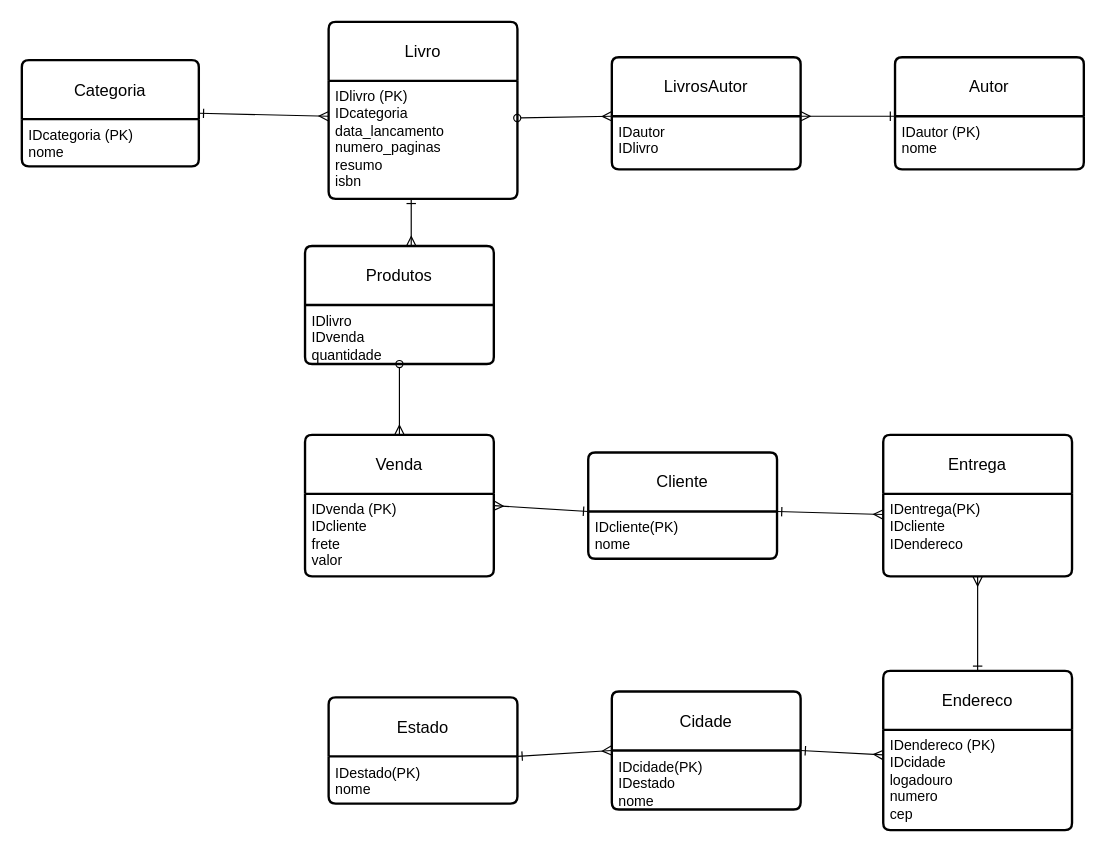
Earlier version of the draw.io diagram page "Página-1" (1 of 3) of aula4.drawio (amandinha06/aulas-de-sabado). Source tidied: cells renumbered, new cells numbered last; positions are measured from the earlier drawing's top-left corner, leaving out a move shared by most shapes. Both pictures are drawn from the tidied source at 118%, with x=0, y=0 at pixel (21, 21).
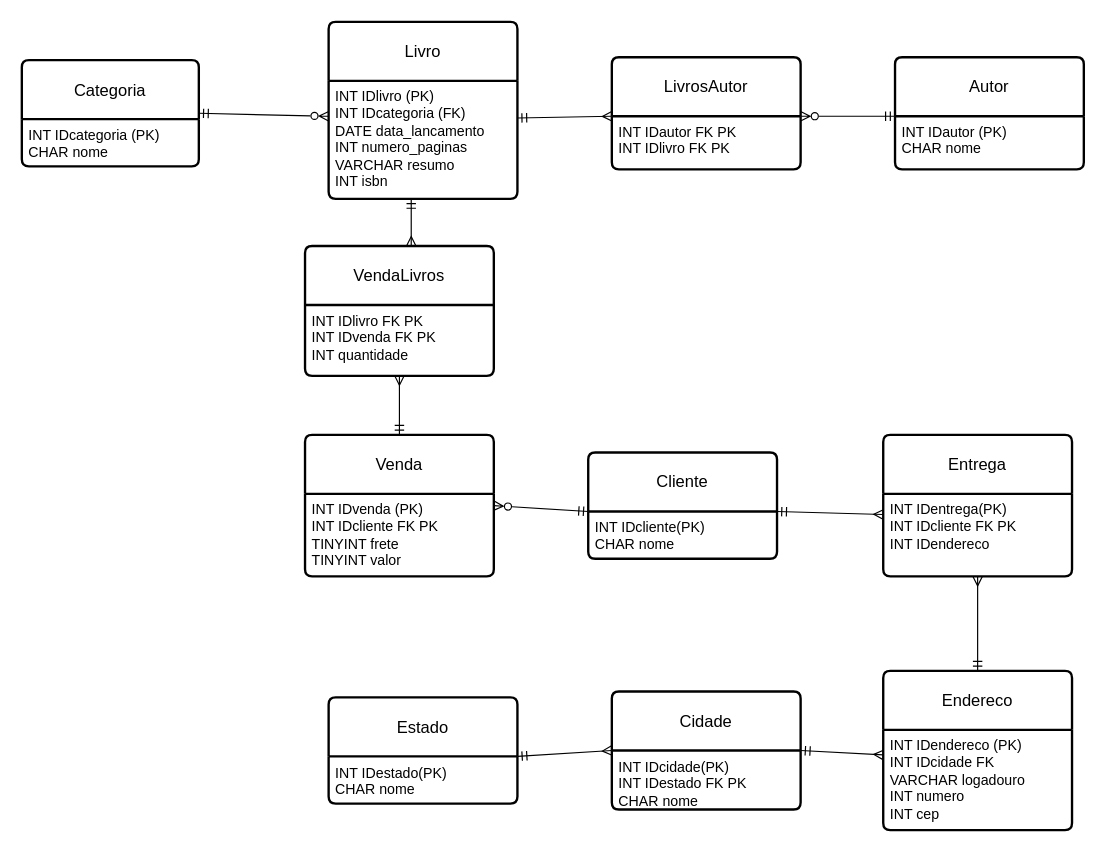
The same diagram, later.

Unchanged cells that the change refers to:
```xml
<mxCell id="2" value="Categoria" style="swimlane;horizontal=1;startSize=50;rounded=1;fontSize=14;fontStyle=0;strokeWidth=2;shadow=0;dashed=0;align=center;arcSize=4;whiteSpace=wrap;html=1;" parent="1" vertex="1">
  <mxGeometry y="32.5" width="150" height="90" as="geometry" />
</mxCell>
<mxCell id="5" value="Livro" style="swimlane;horizontal=1;startSize=50;rounded=1;fontSize=14;fontStyle=0;strokeWidth=2;shadow=0;dashed=0;align=center;arcSize=4;whiteSpace=wrap;html=1;" parent="1" vertex="1">
  <mxGeometry x="260" width="160" height="150" as="geometry" />
</mxCell>
<mxCell id="7" value="LivrosAutor" style="swimlane;horizontal=1;startSize=50;rounded=1;fontSize=14;fontStyle=0;strokeWidth=2;shadow=0;dashed=0;align=center;arcSize=4;whiteSpace=wrap;html=1;" parent="1" vertex="1">
  <mxGeometry x="500" y="30" width="160" height="95" as="geometry" />
</mxCell>
<mxCell id="9" value="Autor" style="swimlane;horizontal=1;startSize=50;rounded=1;fontSize=14;fontStyle=0;strokeWidth=2;shadow=0;dashed=0;align=center;arcSize=4;whiteSpace=wrap;html=1;" parent="1" vertex="1">
  <mxGeometry x="740" y="30" width="160" height="95" as="geometry" />
</mxCell>
<mxCell id="13" value="Venda" style="swimlane;horizontal=1;startSize=50;rounded=1;fontSize=14;fontStyle=0;strokeWidth=2;shadow=0;dashed=0;align=center;arcSize=4;whiteSpace=wrap;html=1;" parent="1" vertex="1">
  <mxGeometry x="240" y="350" width="160" height="120" as="geometry" />
</mxCell>
<mxCell id="15" value="Cliente" style="swimlane;horizontal=1;startSize=50;rounded=1;fontSize=14;fontStyle=0;strokeWidth=2;shadow=0;dashed=0;align=center;arcSize=4;whiteSpace=wrap;html=1;" parent="1" vertex="1">
  <mxGeometry x="480" y="365" width="160" height="90" as="geometry" />
</mxCell>
<mxCell id="17" value="Entrega" style="swimlane;horizontal=1;startSize=50;rounded=1;fontSize=14;fontStyle=0;strokeWidth=2;shadow=0;dashed=0;align=center;arcSize=4;whiteSpace=wrap;html=1;" parent="1" vertex="1">
  <mxGeometry x="730" y="350" width="160" height="120" as="geometry" />
</mxCell>
<mxCell id="19" value="Endereco" style="swimlane;horizontal=1;startSize=50;rounded=1;fontSize=14;fontStyle=0;strokeWidth=2;shadow=0;dashed=0;align=center;arcSize=4;whiteSpace=wrap;html=1;" parent="1" vertex="1">
  <mxGeometry x="730" y="550" width="160" height="135" as="geometry" />
</mxCell>
<mxCell id="21" value="Cidade" style="swimlane;horizontal=1;startSize=50;rounded=1;fontSize=14;fontStyle=0;strokeWidth=2;shadow=0;dashed=0;align=center;arcSize=4;whiteSpace=wrap;html=1;" parent="1" vertex="1">
  <mxGeometry x="500" y="567.5" width="160" height="100" as="geometry" />
</mxCell>
<mxCell id="23" value="Estado" style="swimlane;horizontal=1;startSize=50;rounded=1;fontSize=14;fontStyle=0;strokeWidth=2;shadow=0;dashed=0;align=center;arcSize=4;whiteSpace=wrap;html=1;" parent="1" vertex="1">
  <mxGeometry x="260" y="572.5" width="160" height="90" as="geometry" />
</mxCell>
```

Change to the diagram source:
```diff
@@
-    <mxCell id="3" value="IDcategoria (PK)&lt;br&gt;nome&amp;nbsp;" style="align=left;strokeColor=none;fillColor=none;spacingLeft=4;spacingRight=4;fontSize=12;verticalAlign=top;html=1;whiteSpace=wrap;" parent="2" vertex="1">
+    <mxCell id="3" value="INT IDcategoria (PK)&lt;br&gt;CHAR nome&amp;nbsp;" style="align=left;strokeColor=none;fillColor=none;spacingLeft=4;spacingRight=4;fontSize=12;verticalAlign=top;html=1;whiteSpace=wrap;" parent="2" vertex="1">
       <mxGeometry y="50" width="150" height="40" as="geometry" />
     </mxCell>
@@
-    <mxCell id="6" value="IDlivro (PK)&lt;div&gt;IDcategoria&amp;nbsp;&lt;/div&gt;&lt;div&gt;data_lancamento&lt;/div&gt;&lt;div&gt;numero_paginas&lt;/div&gt;&lt;div&gt;resumo&lt;/div&gt;&lt;div&gt;isbn&lt;/div&gt;" style="align=left;strokeColor=none;fillColor=none;spacingLeft=4;spacingRight=4;fontSize=12;verticalAlign=top;html=1;whiteSpace=wrap;" parent="5" vertex="1">
+    <mxCell id="6" value="INT IDlivro (PK)&lt;div&gt;INT IDcategoria (FK)&lt;/div&gt;&lt;div&gt;DATE data_lancamento&lt;/div&gt;&lt;div&gt;INT numero_paginas&lt;/div&gt;&lt;div&gt;VARCHAR resumo&lt;/div&gt;&lt;div&gt;INT isbn&lt;/div&gt;" style="align=left;strokeColor=none;fillColor=none;spacingLeft=4;spacingRight=4;fontSize=12;verticalAlign=top;html=1;whiteSpace=wrap;" parent="5" vertex="1">
       <mxGeometry y="50" width="160" height="100" as="geometry" />
     </mxCell>
@@
-    <mxCell id="8" value="IDautor&amp;nbsp;&lt;div&gt;IDlivro&lt;/div&gt;" style="align=left;strokeColor=none;fillColor=none;spacingLeft=4;spacingRight=4;fontSize=12;verticalAlign=top;html=1;whiteSpace=wrap;" parent="7" vertex="1">
+    <mxCell id="8" value="INT IDautor FK PK&amp;nbsp;&lt;div&gt;INT IDlivro FK PK&amp;nbsp;&lt;/div&gt;" style="align=left;strokeColor=none;fillColor=none;spacingLeft=4;spacingRight=4;fontSize=12;verticalAlign=top;html=1;whiteSpace=wrap;" parent="7" vertex="1">
       <mxGeometry y="50" width="160" height="45" as="geometry" />
     </mxCell>
@@
-    <mxCell id="10" value="IDautor (PK)&lt;div&gt;nome&lt;/div&gt;" style="align=left;strokeColor=none;fillColor=none;spacingLeft=4;spacingRight=4;fontSize=12;verticalAlign=top;html=1;whiteSpace=wrap;" parent="9" vertex="1">
+    <mxCell id="10" value="INT IDautor (PK)&lt;div&gt;CHAR nome&lt;/div&gt;" style="align=left;strokeColor=none;fillColor=none;spacingLeft=4;spacingRight=4;fontSize=12;verticalAlign=top;html=1;whiteSpace=wrap;" parent="9" vertex="1">
       <mxGeometry y="50" width="160" height="45" as="geometry" />
     </mxCell>
-    <mxCell id="11" value="Produtos" style="swimlane;horizontal=1;startSize=50;rounded=1;fontSize=14;fontStyle=0;strokeWidth=2;shadow=0;dashed=0;align=center;arcSize=4;whiteSpace=wrap;html=1;" parent="1" vertex="1">
-      <mxGeometry x="240" y="190" width="160" height="100" as="geometry" />
+    <mxCell id="11" value="VendaLivros" style="swimlane;horizontal=1;startSize=50;rounded=1;fontSize=14;fontStyle=0;strokeWidth=2;shadow=0;dashed=0;align=center;arcSize=4;whiteSpace=wrap;html=1;" parent="1" vertex="1">
+      <mxGeometry x="240" y="190" width="160" height="110" as="geometry" />
     </mxCell>
-    <mxCell id="12" value="IDlivro&lt;div&gt;IDvenda&lt;/div&gt;&lt;div&gt;quantidade&amp;nbsp;&lt;/div&gt;" style="align=left;strokeColor=none;fillColor=none;spacingLeft=4;spacingRight=4;fontSize=12;verticalAlign=top;html=1;whiteSpace=wrap;" parent="11" vertex="1">
-      <mxGeometry y="50" width="160" height="50" as="geometry" />
+    <mxCell id="12" value="INT IDlivro FK PK&amp;nbsp;&lt;div&gt;INT IDvenda FK PK&amp;nbsp;&lt;/div&gt;&lt;div&gt;INT quantidade&amp;nbsp;&lt;/div&gt;" style="align=left;strokeColor=none;fillColor=none;spacingLeft=4;spacingRight=4;fontSize=12;verticalAlign=top;html=1;whiteSpace=wrap;" parent="11" vertex="1">
+      <mxGeometry y="50" width="160" height="60" as="geometry" />
     </mxCell>
@@
-    <mxCell id="14" value="IDvenda (PK)&lt;div&gt;IDcliente&lt;br&gt;&lt;div&gt;frete&lt;/div&gt;&lt;div&gt;valor&lt;/div&gt;&lt;/div&gt;" style="align=left;strokeColor=none;fillColor=none;spacingLeft=4;spacingRight=4;fontSize=12;verticalAlign=top;html=1;whiteSpace=wrap;" parent="13" vertex="1">
+    <mxCell id="14" value="INT IDvenda (PK)&lt;div&gt;INT IDcliente FK PK&amp;nbsp;&lt;br&gt;&lt;div&gt;TINYINT frete&lt;/div&gt;&lt;div&gt;TINYINT valor&lt;/div&gt;&lt;/div&gt;" style="align=left;strokeColor=none;fillColor=none;spacingLeft=4;spacingRight=4;fontSize=12;verticalAlign=top;html=1;whiteSpace=wrap;" parent="13" vertex="1">
       <mxGeometry y="50" width="160" height="70" as="geometry" />
     </mxCell>
@@
-    <mxCell id="16" value="IDcliente(PK)&lt;div&gt;nome&lt;/div&gt;" style="align=left;strokeColor=none;fillColor=none;spacingLeft=4;spacingRight=4;fontSize=12;verticalAlign=top;html=1;whiteSpace=wrap;" parent="15" vertex="1">
+    <mxCell id="16" value="INT IDcliente(PK)&lt;div&gt;CHAR nome&lt;/div&gt;" style="align=left;strokeColor=none;fillColor=none;spacingLeft=4;spacingRight=4;fontSize=12;verticalAlign=top;html=1;whiteSpace=wrap;" parent="15" vertex="1">
       <mxGeometry y="50" width="160" height="40" as="geometry" />
     </mxCell>
@@
-    <mxCell id="18" value="&lt;div&gt;IDentrega(PK)&lt;/div&gt;IDcliente&lt;div&gt;IDendereco&lt;/div&gt;" style="align=left;strokeColor=none;fillColor=none;spacingLeft=4;spacingRight=4;fontSize=12;verticalAlign=top;html=1;whiteSpace=wrap;" parent="17" vertex="1">
+    <mxCell id="18" value="&lt;div&gt;INT IDentrega(PK)&lt;/div&gt;INT IDcliente FK PK&amp;nbsp;&lt;div&gt;INT IDendereco&lt;/div&gt;" style="align=left;strokeColor=none;fillColor=none;spacingLeft=4;spacingRight=4;fontSize=12;verticalAlign=top;html=1;whiteSpace=wrap;" parent="17" vertex="1">
       <mxGeometry y="50" width="160" height="70" as="geometry" />
     </mxCell>
@@
-    <mxCell id="20" value="IDendereco (PK)&lt;div&gt;IDcidade&lt;br&gt;&lt;div&gt;logadouro&lt;/div&gt;&lt;div&gt;numero&lt;/div&gt;&lt;div&gt;cep&lt;/div&gt;&lt;/div&gt;" style="align=left;strokeColor=none;fillColor=none;spacingLeft=4;spacingRight=4;fontSize=12;verticalAlign=top;html=1;whiteSpace=wrap;" parent="19" vertex="1">
+    <mxCell id="20" value="INT IDendereco (PK)&lt;div&gt;INT IDcidade FK&amp;nbsp;&lt;br&gt;&lt;div&gt;VARCHAR logadouro&lt;/div&gt;&lt;div&gt;INT numero&lt;/div&gt;&lt;div&gt;INT cep&lt;/div&gt;&lt;/div&gt;" style="align=left;strokeColor=none;fillColor=none;spacingLeft=4;spacingRight=4;fontSize=12;verticalAlign=top;html=1;whiteSpace=wrap;" parent="19" vertex="1">
       <mxGeometry y="50" width="160" height="85" as="geometry" />
     </mxCell>
@@
-    <mxCell id="22" value="IDcidade(PK)&lt;div&gt;IDestado&lt;br&gt;&lt;div&gt;nome&lt;/div&gt;&lt;/div&gt;" style="align=left;strokeColor=none;fillColor=none;spacingLeft=4;spacingRight=4;fontSize=12;verticalAlign=top;html=1;whiteSpace=wrap;" parent="21" vertex="1">
+    <mxCell id="22" value="INT IDcidade(PK)&lt;div&gt;INT IDestado FK PK&amp;nbsp;&lt;br&gt;&lt;div&gt;CHAR nome&lt;/div&gt;&lt;/div&gt;" style="align=left;strokeColor=none;fillColor=none;spacingLeft=4;spacingRight=4;fontSize=12;verticalAlign=top;html=1;whiteSpace=wrap;" parent="21" vertex="1">
       <mxGeometry y="50" width="160" height="50" as="geometry" />
     </mxCell>
@@
-    <mxCell id="24" value="IDestado(PK)&lt;div&gt;nome&lt;/div&gt;" style="align=left;strokeColor=none;fillColor=none;spacingLeft=4;spacingRight=4;fontSize=12;verticalAlign=top;html=1;whiteSpace=wrap;" parent="23" vertex="1">
+    <mxCell id="24" value="INT IDestado(PK)&lt;div&gt;CHAR nome&lt;/div&gt;" style="align=left;strokeColor=none;fillColor=none;spacingLeft=4;spacingRight=4;fontSize=12;verticalAlign=top;html=1;whiteSpace=wrap;" parent="23" vertex="1">
       <mxGeometry y="50" width="160" height="40" as="geometry" />
     </mxCell>
-    <mxCell id="25" style="endArrow=ERmany;html=1;rounded=0;exitX=1;exitY=0.5;exitDx=0;exitDy=0;startArrow=ERone;startFill=0;endFill=0;" parent="1" edge="1" source="2">
+    <mxCell id="25" style="endArrow=ERzeroToMany;html=1;rounded=0;exitX=1;exitY=0.5;exitDx=0;exitDy=0;startArrow=ERmandOne;startFill=0;endFill=0;" parent="1" edge="1" source="2">
       <mxGeometry relative="1" as="geometry">
         <mxPoint x="260" y="80" as="targetPoint" />
       </mxGeometry>
     </mxCell>
-    <mxCell id="26" style="endArrow=ERmany;html=1;rounded=0;exitX=0.999;exitY=0.315;exitDx=0;exitDy=0;exitPerimeter=0;startArrow=oval;startFill=0;endFill=0;" parent="1" edge="1" source="6">
+    <mxCell id="26" style="endArrow=ERmany;html=1;rounded=0;exitX=0.999;exitY=0.315;exitDx=0;exitDy=0;exitPerimeter=0;startArrow=ERmandOne;startFill=0;endFill=0;" parent="1" edge="1" source="6">
       <mxGeometry relative="1" as="geometry">
         <mxPoint x="500" y="80" as="targetPoint" />
       </mxGeometry>
     </mxCell>
-    <mxCell id="27" style="endArrow=ERone;html=1;rounded=0;entryX=0;entryY=0;entryDx=0;entryDy=0;startArrow=ERmany;startFill=0;endFill=0;" parent="1" edge="1" target="10">
+    <mxCell id="27" style="endArrow=ERmandOne;html=1;rounded=0;entryX=0;entryY=0;entryDx=0;entryDy=0;startArrow=ERzeroToMany;startFill=0;endFill=0;" parent="1" edge="1" target="10">
       <mxGeometry relative="1" as="geometry">
         <mxPoint x="660" y="80" as="sourcePoint" />
       </mxGeometry>
     </mxCell>
-    <mxCell id="28" style="endArrow=ERmany;html=1;rounded=0;endFill=0;startArrow=ERone;startFill=0;" parent="1" edge="1">
+    <mxCell id="28" style="endArrow=ERmany;html=1;rounded=0;endFill=0;startArrow=ERmandOne;startFill=0;" parent="1" edge="1">
       <mxGeometry relative="1" as="geometry">
         <mxPoint x="330" y="150" as="sourcePoint" />
         <mxPoint x="330" y="190" as="targetPoint" />
       </mxGeometry>
     </mxCell>
-    <mxCell id="29" style="endArrow=ERmany;html=1;rounded=0;exitX=0.5;exitY=1;exitDx=0;exitDy=0;entryX=0.5;entryY=0;entryDx=0;entryDy=0;startArrow=oval;startFill=0;endFill=0;" parent="1" edge="1" source="12" target="13">
+    <mxCell id="29" style="endArrow=ERmandOne;html=1;rounded=0;exitX=0.5;exitY=1;exitDx=0;exitDy=0;entryX=0.5;entryY=0;entryDx=0;entryDy=0;startArrow=ERmany;startFill=0;endFill=0;" parent="1" edge="1" source="12" target="13">
       <mxGeometry relative="1" as="geometry" />
     </mxCell>
-    <mxCell id="30" style="endArrow=ERone;html=1;rounded=0;entryX=0;entryY=0;entryDx=0;entryDy=0;startArrow=ERmany;startFill=0;endFill=0;" parent="1" edge="1" target="16">
+    <mxCell id="30" style="endArrow=ERmandOne;html=1;rounded=0;entryX=0;entryY=0;entryDx=0;entryDy=0;startArrow=ERzeroToMany;startFill=0;endFill=0;" parent="1" edge="1" target="16">
       <mxGeometry relative="1" as="geometry">
         <mxPoint x="400" y="410" as="sourcePoint" />
       </mxGeometry>
     </mxCell>
-    <mxCell id="31" style="endArrow=ERmany;html=1;rounded=0;exitX=1;exitY=0;exitDx=0;exitDy=0;entryX=0;entryY=0.25;entryDx=0;entryDy=0;startArrow=ERone;startFill=0;endFill=0;" parent="1" edge="1" source="16" target="18">
+    <mxCell id="31" style="endArrow=ERmany;html=1;rounded=0;exitX=1;exitY=0;exitDx=0;exitDy=0;entryX=0;entryY=0.25;entryDx=0;entryDy=0;startArrow=ERmandOne;startFill=0;endFill=0;" parent="1" edge="1" source="16" target="18">
       <mxGeometry relative="1" as="geometry" />
     </mxCell>
-    <mxCell id="32" style="endArrow=ERone;html=1;rounded=0;exitX=0.5;exitY=1;exitDx=0;exitDy=0;entryX=0.5;entryY=0;entryDx=0;entryDy=0;startArrow=ERmany;startFill=0;endFill=0;" parent="1" edge="1" source="18" target="19">
+    <mxCell id="32" style="endArrow=ERmandOne;html=1;rounded=0;exitX=0.5;exitY=1;exitDx=0;exitDy=0;entryX=0.5;entryY=0;entryDx=0;entryDy=0;startArrow=ERmany;startFill=0;endFill=0;" parent="1" edge="1" source="18" target="19">
       <mxGeometry relative="1" as="geometry" />
     </mxCell>
-    <mxCell id="33" style="endArrow=ERmany;html=1;rounded=0;exitX=1;exitY=0;exitDx=0;exitDy=0;entryX=0;entryY=0.25;entryDx=0;entryDy=0;startArrow=ERone;startFill=0;endFill=0;" parent="1" edge="1" source="22" target="20">
+    <mxCell id="33" style="endArrow=ERmany;html=1;rounded=0;exitX=1;exitY=0;exitDx=0;exitDy=0;entryX=0;entryY=0.25;entryDx=0;entryDy=0;startArrow=ERmandOne;startFill=0;endFill=0;" parent="1" edge="1" source="22" target="20">
       <mxGeometry relative="1" as="geometry" />
     </mxCell>
-    <mxCell id="34" style="endArrow=ERmany;html=1;rounded=0;exitX=1;exitY=0;exitDx=0;exitDy=0;entryX=0;entryY=0;entryDx=0;entryDy=0;endFill=0;startArrow=ERone;startFill=0;" parent="1" edge="1" source="24" target="22">
+    <mxCell id="34" style="endArrow=ERmany;html=1;rounded=0;exitX=1;exitY=0;exitDx=0;exitDy=0;entryX=0;entryY=0;entryDx=0;entryDy=0;endFill=0;startArrow=ERmandOne;startFill=0;" parent="1" edge="1" source="24" target="22">
       <mxGeometry relative="1" as="geometry" />
     </mxCell>
```
